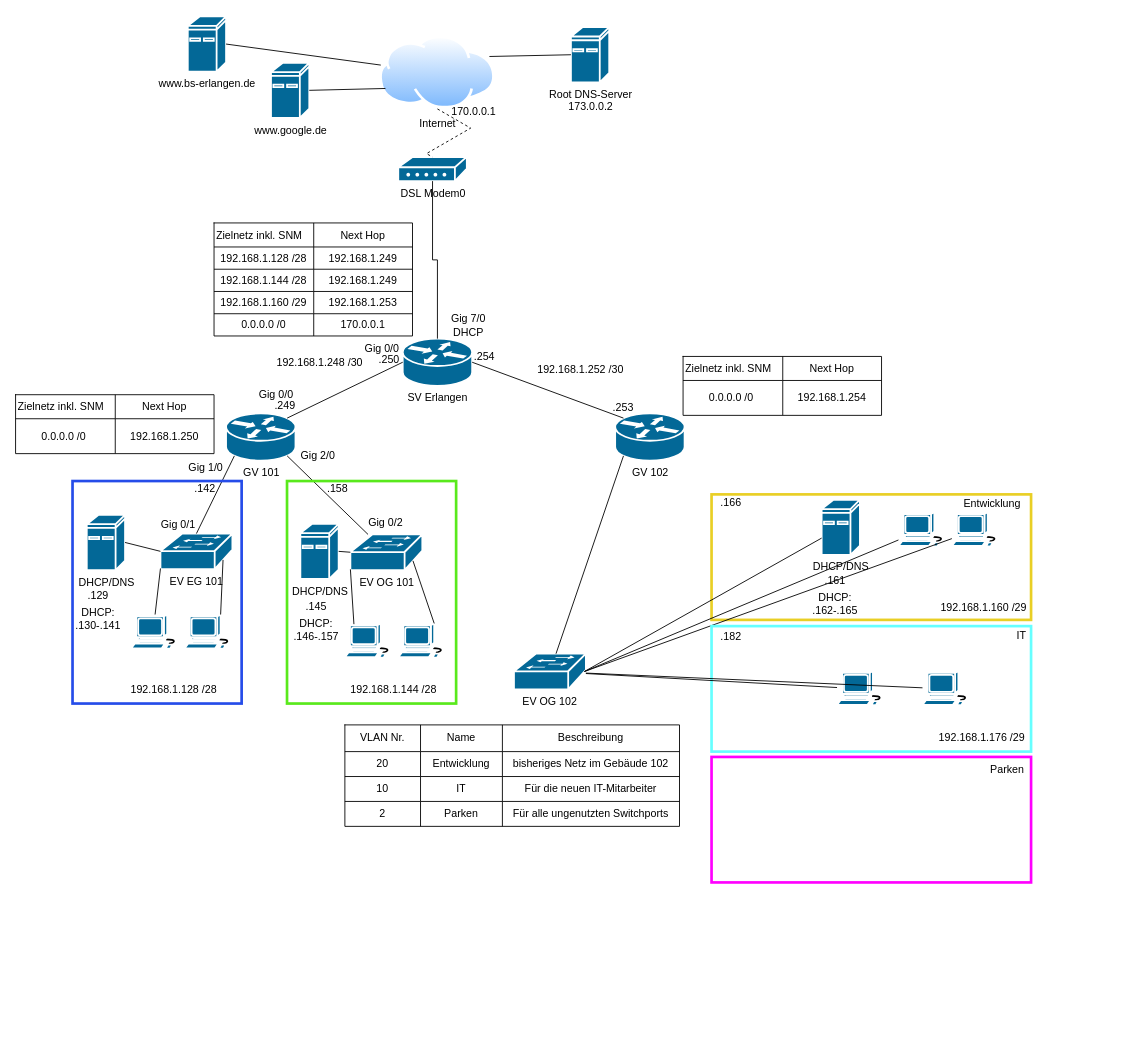
Above: SchematischeNetzübersicht-Grundnetz_Lösung.drawio in NikoKaufi/Schule-CPT (draw.io), before the change. Source tidied: cells renumbered, new cells numbered last; positions are measured from the earlier drawing's top-left corner, leaving out a move shared by most shapes. Both pictures are drawn from the tidied source at 89%, with x=0, y=0 at pixel (15, 16).
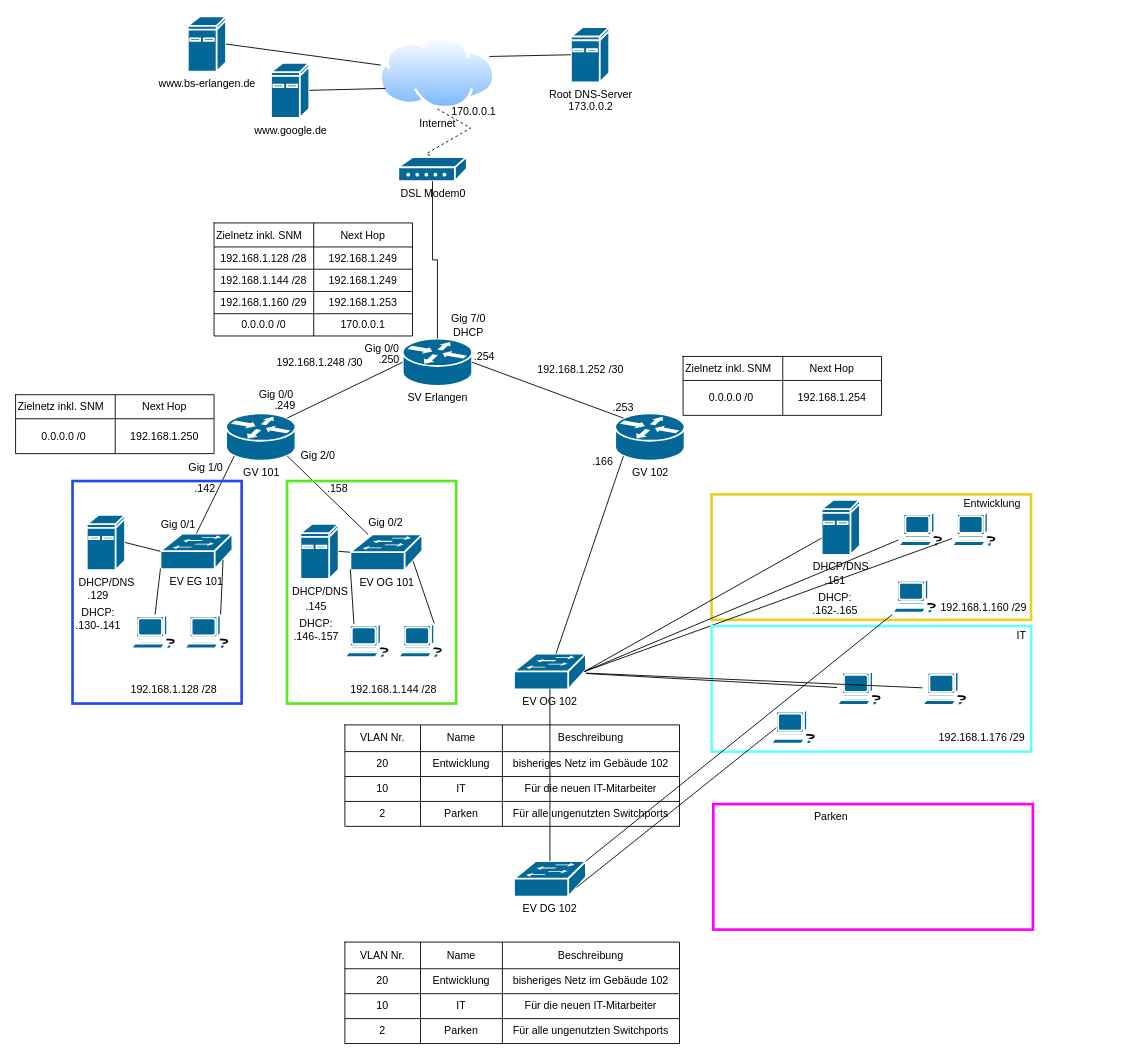
The same diagram, later.

Unchanged cells that the change refers to:
```xml
<mxCell id="18" value="EV OG 102" style="shape=mxgraph.cisco.switches.workgroup_switch;sketch=0;html=1;dashed=0;fillColor=#036897;strokeColor=#ffffff;strokeWidth=2;verticalLabelPosition=bottom;verticalAlign=top;align=center;outlineConnect=0;" parent="1" vertex="1">
  <mxGeometry x="560" y="716" width="80.8" height="40" as="geometry" />
</mxCell>
```

Change to the diagram source:
```diff
@@
     <mxCell id="50" value=".166" style="text;html=1;strokeColor=none;fillColor=none;align=center;verticalAlign=middle;whiteSpace=wrap;rounded=0;" parent="1" vertex="1">
-      <mxGeometry x="774" y="532" width="60" height="30" as="geometry" />
+      <mxGeometry x="630" y="486" width="60" height="30" as="geometry" />
     </mxCell>
@@
     <mxCell id="101" style="rounded=0;whiteSpace=wrap;html=1;fillColor=none;strokeColor=#FF00FF;strokeWidth=3;" parent="1" vertex="1">
-      <mxGeometry x="782" y="832" width="359" height="141" as="geometry" />
+      <mxGeometry x="784" y="885" width="359" height="141" as="geometry" />
     </mxCell>
@@
     <mxCell id="126" value="Parken" style="shape=partialRectangle;html=1;whiteSpace=wrap;strokeColor=inherit;overflow=hidden;fillColor=none;top=0;left=0;bottom=0;right=0;" parent="1" vertex="1">
-      <mxGeometry x="1015" y="832" width="199" height="28" as="geometry" />
+      <mxGeometry x="817" y="885" width="199" height="28" as="geometry" />
     </mxCell>
-    <mxCell id="127" value=".182" style="text;html=1;strokeColor=none;fillColor=none;align=center;verticalAlign=middle;whiteSpace=wrap;rounded=0;" parent="1" vertex="1">
-      <mxGeometry x="774" y="682" width="60" height="30" as="geometry" />
-    </mxCell>
+    <mxCell id="128" value="EV DG 102" style="shape=mxgraph.cisco.switches.workgroup_switch;sketch=0;html=1;dashed=0;fillColor=#036897;strokeColor=#ffffff;strokeWidth=2;verticalLabelPosition=bottom;verticalAlign=top;align=center;outlineConnect=0;" parent="1" vertex="1">
+      <mxGeometry x="560" y="949" width="80.8" height="40" as="geometry" />
+    </mxCell>
+    <mxCell id="129" style="shape=table;startSize=0;childLayout=tableLayout;" parent="1" vertex="1">
+      <mxGeometry x="370" y="1040" width="376" height="114" as="geometry" />
+    </mxCell>
+    <mxCell id="130" style="shape=tableRow;horizontal=0;startSize=0;swimlaneHead=0;swimlaneBody=0;strokeColor=inherit;top=0;left=0;bottom=0;right=0;fillColor=none;" parent="129" vertex="1">
+      <mxGeometry width="376" height="30" as="geometry" />
+    </mxCell>
+    <mxCell id="131" value="VLAN Nr." style="shape=partialRectangle;html=1;whiteSpace=wrap;strokeColor=inherit;overflow=hidden;fillColor=none;top=0;left=0;bottom=0;right=0;" parent="130" vertex="1">
+      <mxGeometry width="85" height="30" as="geometry" />
+    </mxCell>
+    <mxCell id="132" value="Name" style="shape=partialRectangle;html=1;whiteSpace=wrap;strokeColor=inherit;overflow=hidden;fillColor=none;top=0;left=0;bottom=0;right=0;" parent="130" vertex="1">
+      <mxGeometry x="85" width="92" height="30" as="geometry" />
+    </mxCell>
+    <mxCell id="133" value="Beschreibung" style="shape=partialRectangle;html=1;whiteSpace=wrap;strokeColor=inherit;overflow=hidden;fillColor=none;top=0;left=0;bottom=0;right=0;" parent="130" vertex="1">
+      <mxGeometry x="177" width="199" height="30" as="geometry" />
+    </mxCell>
+    <mxCell id="134" style="shape=tableRow;horizontal=0;startSize=0;swimlaneHead=0;swimlaneBody=0;strokeColor=inherit;top=0;left=0;bottom=0;right=0;fillColor=none;" parent="129" vertex="1">
+      <mxGeometry y="30" width="376" height="28" as="geometry" />
+    </mxCell>
+    <mxCell id="135" value="20" style="shape=partialRectangle;html=1;whiteSpace=wrap;strokeColor=inherit;overflow=hidden;fillColor=none;top=0;left=0;bottom=0;right=0;" parent="134" vertex="1">
+      <mxGeometry width="85" height="28" as="geometry" />
+    </mxCell>
+    <mxCell id="136" value="Entwicklung" style="shape=partialRectangle;html=1;whiteSpace=wrap;strokeColor=inherit;overflow=hidden;fillColor=none;top=0;left=0;bottom=0;right=0;" parent="134" vertex="1">
+      <mxGeometry x="85" width="92" height="28" as="geometry" />
+    </mxCell>
+    <mxCell id="137" value="bisheriges Netz im Gebäude 102" style="shape=partialRectangle;html=1;whiteSpace=wrap;strokeColor=inherit;overflow=hidden;fillColor=none;top=0;left=0;bottom=0;right=0;" parent="134" vertex="1">
+      <mxGeometry x="177" width="199" height="28" as="geometry" />
+    </mxCell>
+    <mxCell id="138" style="shape=tableRow;horizontal=0;startSize=0;swimlaneHead=0;swimlaneBody=0;strokeColor=inherit;top=0;left=0;bottom=0;right=0;fillColor=none;" parent="129" vertex="1">
+      <mxGeometry y="58" width="376" height="28" as="geometry" />
+    </mxCell>
+    <mxCell id="139" value="10" style="shape=partialRectangle;html=1;whiteSpace=wrap;strokeColor=inherit;overflow=hidden;fillColor=none;top=0;left=0;bottom=0;right=0;" parent="138" vertex="1">
+      <mxGeometry width="85" height="28" as="geometry" />
+    </mxCell>
+    <mxCell id="140" value="IT" style="shape=partialRectangle;html=1;whiteSpace=wrap;strokeColor=inherit;overflow=hidden;fillColor=none;top=0;left=0;bottom=0;right=0;" parent="138" vertex="1">
+      <mxGeometry x="85" width="92" height="28" as="geometry" />
+    </mxCell>
+    <mxCell id="141" value="Für die neuen IT-Mitarbeiter" style="shape=partialRectangle;html=1;whiteSpace=wrap;strokeColor=inherit;overflow=hidden;fillColor=none;top=0;left=0;bottom=0;right=0;" parent="138" vertex="1">
+      <mxGeometry x="177" width="199" height="28" as="geometry" />
+    </mxCell>
+    <mxCell id="142" style="shape=tableRow;horizontal=0;startSize=0;swimlaneHead=0;swimlaneBody=0;strokeColor=inherit;top=0;left=0;bottom=0;right=0;fillColor=none;" parent="129" vertex="1">
+      <mxGeometry y="86" width="376" height="28" as="geometry" />
+    </mxCell>
+    <mxCell id="143" value="2" style="shape=partialRectangle;html=1;whiteSpace=wrap;strokeColor=inherit;overflow=hidden;fillColor=none;top=0;left=0;bottom=0;right=0;" parent="142" vertex="1">
+      <mxGeometry width="85" height="28" as="geometry" />
+    </mxCell>
+    <mxCell id="144" value="Parken" style="shape=partialRectangle;html=1;whiteSpace=wrap;strokeColor=inherit;overflow=hidden;fillColor=none;top=0;left=0;bottom=0;right=0;" parent="142" vertex="1">
+      <mxGeometry x="85" width="92" height="28" as="geometry" />
+    </mxCell>
+    <mxCell id="145" value="Für alle ungenutzten Switchports" style="shape=partialRectangle;html=1;whiteSpace=wrap;strokeColor=inherit;overflow=hidden;fillColor=none;top=0;left=0;bottom=0;right=0;" parent="142" vertex="1">
+      <mxGeometry x="177" width="199" height="28" as="geometry" />
+    </mxCell>
+    <mxCell id="146" style="shape=mxgraph.cisco.computers_and_peripherals.workstation;sketch=0;html=1;dashed=0;fillColor=#036897;strokeColor=#ffffff;strokeWidth=2;verticalLabelPosition=bottom;verticalAlign=top;align=center;outlineConnect=0;" parent="1" vertex="1">
+      <mxGeometry x="849" y="779" width="53.5" height="40" as="geometry" />
+    </mxCell>
+    <mxCell id="147" style="shape=mxgraph.cisco.computers_and_peripherals.workstation;sketch=0;html=1;dashed=0;fillColor=#036897;strokeColor=#ffffff;strokeWidth=2;verticalLabelPosition=bottom;verticalAlign=top;align=center;outlineConnect=0;" parent="1" vertex="1">
+      <mxGeometry x="985" y="632" width="53.5" height="40" as="geometry" />
+    </mxCell>
+    <mxCell id="148" style="endArrow=none;html=1;rounded=0;exitX=0.11;exitY=0.5;exitDx=0;exitDy=0;exitPerimeter=0;entryX=0.87;entryY=0.74;entryDx=0;entryDy=0;entryPerimeter=0;" parent="1" edge="1" source="146" target="128">
+      <mxGeometry relative="1" as="geometry" />
+    </mxCell>
+    <mxCell id="149" style="endArrow=none;html=1;rounded=0;exitX=0;exitY=1;exitDx=0;exitDy=0;exitPerimeter=0;entryX=1;entryY=0;entryDx=0;entryDy=0;entryPerimeter=0;" parent="1" edge="1" source="147" target="128">
+      <mxGeometry relative="1" as="geometry" />
+    </mxCell>
+    <mxCell id="150" style="endArrow=none;html=1;rounded=0;exitX=0.5;exitY=0.98;exitDx=0;exitDy=0;exitPerimeter=0;entryX=0.5;entryY=0;entryDx=0;entryDy=0;entryPerimeter=0;" parent="1" edge="1" source="18" target="128">
+      <mxGeometry relative="1" as="geometry" />
+    </mxCell>
```
